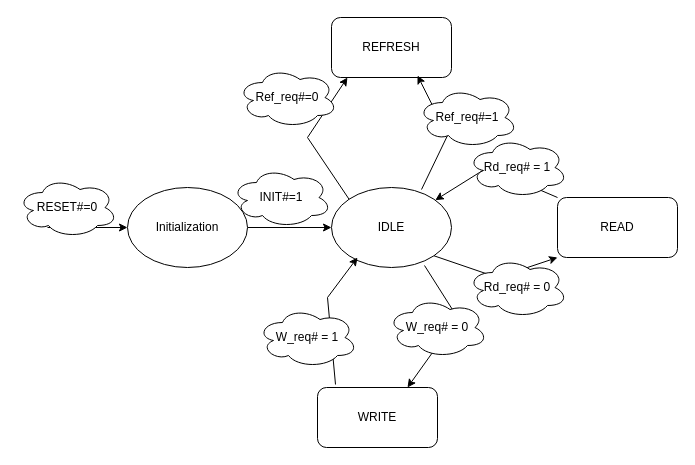
This is Toplevel.drawio from lnguyen921/Digital_system, a draw.io file, before an edit. Source tidied: cells renumbered, new cells numbered last; positions are measured from the earlier drawing's top-left corner, leaving out a move shared by most shapes. Both pictures are drawn from the tidied source at 100%, with x=0, y=0 at pixel (17, 17).
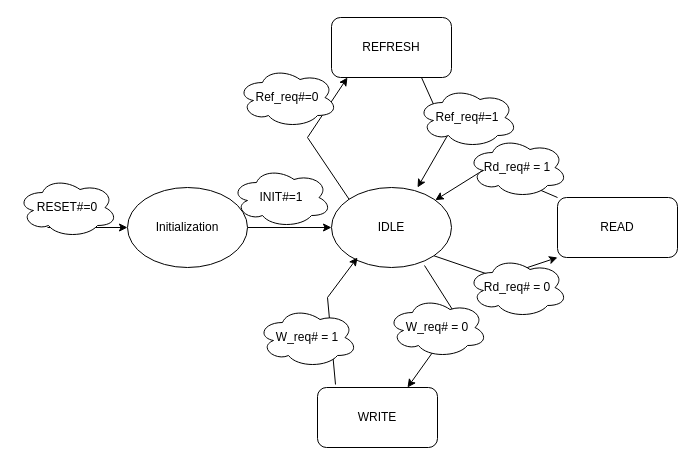
After the change.

The change refers to these unchanged cells:
```xml
<mxCell id="4" value="IDLE" style="ellipse;whiteSpace=wrap;html=1;" parent="1" vertex="1">
  <mxGeometry x="314" y="170" width="120" height="80" as="geometry" />
</mxCell>
<mxCell id="12" value="REFRESH" style="rounded=1;whiteSpace=wrap;html=1;" parent="1" vertex="1">
  <mxGeometry x="314" width="120" height="60" as="geometry" />
</mxCell>
```

What changed in the source:
```diff
@@
-    <mxCell id="14" style="endArrow=classic;html=1;rounded=0;exitX=0.75;exitY=0.025;exitDx=0;exitDy=0;entryX=0.133;entryY=1;entryDx=0;entryDy=0;entryPerimeter=0;exitPerimeter=0;" parent="1" edge="1" source="4">
+    <mxCell id="14" style="endArrow=classic;html=1;rounded=0;exitX=0.75;exitY=1;exitDx=0;exitDy=0;entryX=0.717;entryY=0;entryDx=0;entryDy=0;entryPerimeter=0;" parent="1" edge="1" source="12" target="4">
       <mxGeometry relative="1" as="geometry">
-        <mxPoint x="400" y="58" as="targetPoint" />
         <Array as="points">
           <mxPoint x="430" y="118" />
         </Array>
       </mxGeometry>
     </mxCell>
```
